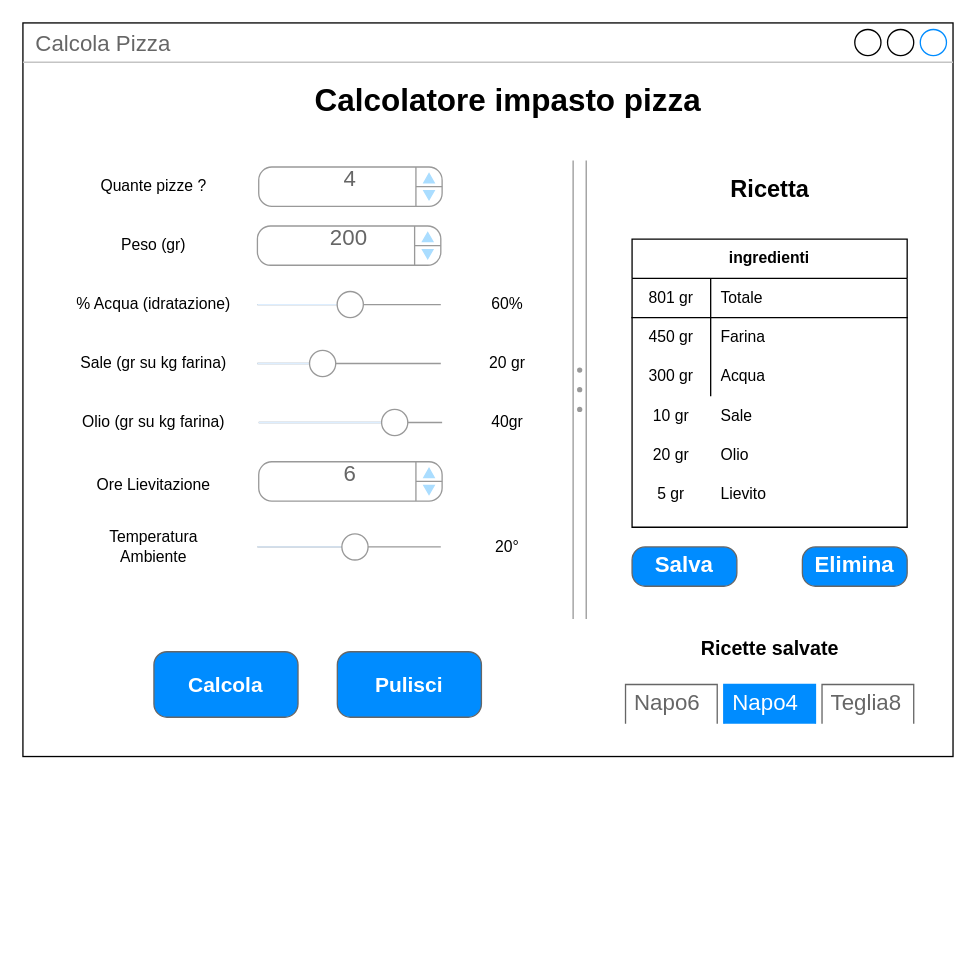
Earlier version of the draw.io diagram page "Page-1" (1 of 2) of mockup.drawio (micki10/CalcolaPizza). Source tidied: cells renumbered, new cells numbered last; positions are measured from the earlier drawing's top-left corner, leaving out a move shared by most shapes. Both pictures are drawn from the tidied source at 131%, with x=0, y=0 at pixel (22, 22).
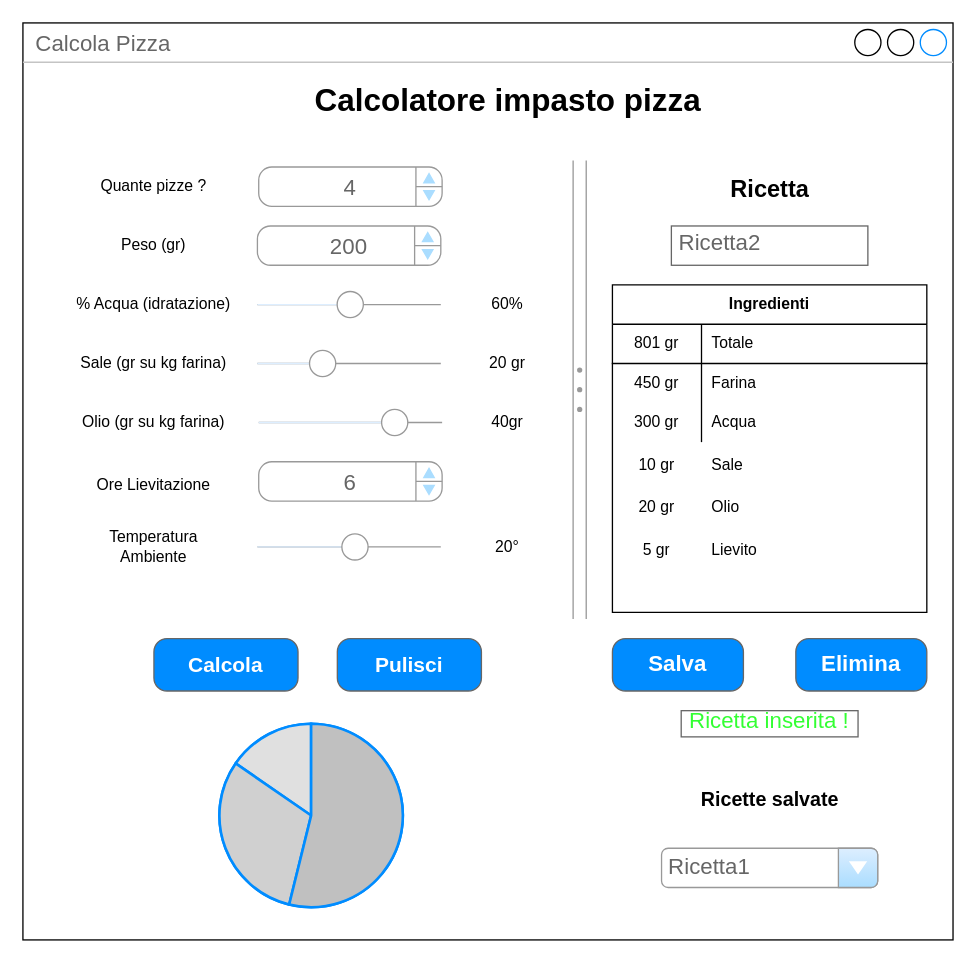
Above is the later version.

The edit, as a diff of the source:
```diff
@@
     <mxCell id="2" value="Calcola Pizza" style="strokeWidth=1;shadow=0;dashed=0;align=center;html=1;shape=mxgraph.mockup.containers.window;align=left;verticalAlign=top;spacingLeft=8;strokeColor2=#008cff;strokeColor3=#c4c4c4;fontColor=#666666;mainText=;fontSize=17;labelBackgroundColor=none;" parent="1" vertex="1">
-      <mxGeometry width="710" height="560" as="geometry" />
+      <mxGeometry width="710" height="700" as="geometry" />
     </mxCell>
@@
-    <mxCell id="4" value="4" style="strokeWidth=1;shadow=0;dashed=0;align=center;html=1;shape=mxgraph.mockup.forms.spinner;strokeColor=#999999;spinLayout=right;spinStyle=normal;adjStyle=triangle;fillColor=#aaddff;fontSize=17;fontColor=#666666;mainText=;html=1;overflow=fill;" parent="1" vertex="1">
+    <mxCell id="4" value="&lt;p style=&quot;line-height: 0%&quot;&gt;4&lt;/p&gt;" style="strokeWidth=1;shadow=0;dashed=0;align=center;html=1;shape=mxgraph.mockup.forms.spinner;strokeColor=#999999;spinLayout=right;spinStyle=normal;adjStyle=triangle;fillColor=#aaddff;fontSize=17;fontColor=#666666;mainText=;html=1;overflow=fill;" parent="1" vertex="1">
       <mxGeometry x="180" y="110" width="140" height="30" as="geometry" />
     </mxCell>
@@
-    <mxCell id="8" value="200" style="strokeWidth=1;shadow=0;dashed=0;align=center;html=1;shape=mxgraph.mockup.forms.spinner;strokeColor=#999999;spinLayout=right;spinStyle=normal;adjStyle=triangle;fillColor=#aaddff;fontSize=17;fontColor=#666666;mainText=;html=1;overflow=fill;" parent="1" vertex="1">
+    <mxCell id="8" value="&lt;p style=&quot;line-height: 0%&quot;&gt;200&lt;/p&gt;" style="strokeWidth=1;shadow=0;dashed=0;align=center;html=1;shape=mxgraph.mockup.forms.spinner;strokeColor=#999999;spinLayout=right;spinStyle=normal;adjStyle=triangle;fillColor=#aaddff;fontSize=17;fontColor=#666666;mainText=;html=1;overflow=fill;" parent="1" vertex="1">
       <mxGeometry x="179" y="155" width="140" height="30" as="geometry" />
     </mxCell>
@@
-    <mxCell id="18" value="6" style="strokeWidth=1;shadow=0;dashed=0;align=center;html=1;shape=mxgraph.mockup.forms.spinner;strokeColor=#999999;spinLayout=right;spinStyle=normal;adjStyle=triangle;fillColor=#aaddff;fontSize=17;fontColor=#666666;mainText=;html=1;overflow=fill;" parent="1" vertex="1">
+    <mxCell id="18" value="&lt;p style=&quot;line-height: 0%&quot;&gt;6&lt;/p&gt;" style="strokeWidth=1;shadow=0;dashed=0;align=center;html=1;shape=mxgraph.mockup.forms.spinner;strokeColor=#999999;spinLayout=right;spinStyle=normal;adjStyle=triangle;fillColor=#aaddff;fontSize=17;fontColor=#666666;mainText=;html=1;overflow=fill;" parent="1" vertex="1">
       <mxGeometry x="180" y="335" width="140" height="30" as="geometry" />
     </mxCell>
@@
     <mxCell id="22" style="strokeWidth=1;shadow=0;dashed=0;align=center;html=1;shape=mxgraph.mockup.buttons.multiButton;fillColor=#008cff;strokeColor=#666666;mainText=;subText=;" parent="1" vertex="1">
-      <mxGeometry x="100" y="480" width="110" height="50" as="geometry" />
+      <mxGeometry x="100" y="470" width="110" height="40" as="geometry" />
     </mxCell>
     <mxCell id="23" value="Calcola" style="strokeWidth=1;shadow=0;dashed=0;align=center;html=1;shape=mxgraph.mockup.anchor;fontSize=16;fontColor=#ffffff;fontStyle=1;whiteSpace=wrap;" parent="22" vertex="1">
-      <mxGeometry y="15" width="110" height="20" as="geometry" />
+      <mxGeometry y="12" width="110" height="16" as="geometry" />
     </mxCell>
     <mxCell id="24" style="strokeWidth=1;shadow=0;dashed=0;align=center;html=1;shape=mxgraph.mockup.anchor;fontSize=12;fontColor=#ffffff;fontStyle=1;whiteSpace=wrap;" parent="22" vertex="1">
-      <mxGeometry y="30" width="110" height="10" as="geometry" />
+      <mxGeometry y="24" width="110" height="8" as="geometry" />
     </mxCell>
@@
-    <mxCell id="27" value="ingredienti" style="shape=table;html=1;whiteSpace=wrap;startSize=30;childLayout=tableLayout;rowLines=0;fontStyle=1;align=center;fillColor=#ffffff;" parent="1" vertex="1">
-      <mxGeometry x="465" y="165" width="210" height="220" as="geometry" />
+    <mxCell id="27" value="Ingredienti" style="shape=table;html=1;whiteSpace=wrap;startSize=30;childLayout=tableLayout;rowLines=0;fontStyle=1;align=center;fillColor=#ffffff;" parent="1" vertex="1">
+      <mxGeometry x="450" y="200" width="240" height="250" as="geometry" />
     </mxCell>
     <mxCell id="28" style="shape=partialRectangle;html=1;whiteSpace=wrap;fillColor=none;top=0;left=0;bottom=1;right=0;" parent="27" vertex="1">
-      <mxGeometry y="30" width="210" height="30" as="geometry" />
+      <mxGeometry y="30" width="240" height="30" as="geometry" />
     </mxCell>
     <mxCell id="29" value="801 gr" style="shape=partialRectangle;html=1;whiteSpace=wrap;fillColor=none;top=0;left=0;bottom=0;right=0;overflow=hidden;" parent="28" vertex="1">
-      <mxGeometry width="60" height="30" as="geometry" />
+      <mxGeometry width="68" height="30" as="geometry" />
     </mxCell>
     <mxCell id="30" value="Totale" style="shape=partialRectangle;html=1;whiteSpace=wrap;fillColor=none;top=0;left=0;bottom=0;right=0;align=left;spacingLeft=6;overflow=hidden;" parent="28" vertex="1">
-      <mxGeometry x="60" width="150" height="30" as="geometry" />
+      <mxGeometry x="68" width="172" height="30" as="geometry" />
     </mxCell>
     <mxCell id="31" style="shape=partialRectangle;html=1;whiteSpace=wrap;fillColor=none;top=0;left=0;bottom=0;right=0;" parent="27" vertex="1">
-      <mxGeometry y="60" width="210" height="30" as="geometry" />
+      <mxGeometry y="60" width="240" height="30" as="geometry" />
     </mxCell>
     <mxCell id="32" value="450 gr" style="shape=partialRectangle;html=1;whiteSpace=wrap;fillColor=none;top=0;left=0;bottom=0;right=0;overflow=hidden;" parent="31" vertex="1">
-      <mxGeometry width="60" height="30" as="geometry" />
+      <mxGeometry width="68" height="30" as="geometry" />
     </mxCell>
     <mxCell id="33" value="Farina" style="shape=partialRectangle;html=1;whiteSpace=wrap;fillColor=none;top=0;left=0;bottom=0;right=0;align=left;spacingLeft=6;overflow=hidden;" parent="31" vertex="1">
-      <mxGeometry x="60" width="150" height="30" as="geometry" />
+      <mxGeometry x="68" width="172" height="30" as="geometry" />
     </mxCell>
     <mxCell id="34" style="shape=partialRectangle;html=1;whiteSpace=wrap;fillColor=none;top=0;left=0;bottom=0;right=0;" parent="27" vertex="1">
-      <mxGeometry y="90" width="210" height="30" as="geometry" />
+      <mxGeometry y="90" width="240" height="30" as="geometry" />
     </mxCell>
     <mxCell id="35" value="300 gr" style="shape=partialRectangle;html=1;whiteSpace=wrap;fillColor=none;top=0;left=0;bottom=0;right=0;overflow=hidden;" parent="34" vertex="1">
-      <mxGeometry width="60" height="30" as="geometry" />
+      <mxGeometry width="68" height="30" as="geometry" />
     </mxCell>
     <mxCell id="36" value="Acqua" style="shape=partialRectangle;html=1;whiteSpace=wrap;fillColor=none;top=0;left=0;bottom=0;right=0;align=left;spacingLeft=6;overflow=hidden;" parent="34" vertex="1">
-      <mxGeometry x="60" width="150" height="30" as="geometry" />
+      <mxGeometry x="68" width="172" height="30" as="geometry" />
     </mxCell>
     <mxCell id="37" value="Sale" style="shape=partialRectangle;html=1;whiteSpace=wrap;fillColor=none;top=0;left=0;bottom=0;right=0;align=left;spacingLeft=6;overflow=hidden;" parent="1" vertex="1">
-      <mxGeometry x="525" y="287.5" width="140" height="25" as="geometry" />
+      <mxGeometry x="518" y="322.5" width="172" height="30" as="geometry" />
     </mxCell>
     <mxCell id="38" value="Olio" style="shape=partialRectangle;html=1;whiteSpace=wrap;fillColor=none;top=0;left=0;bottom=0;right=0;align=left;spacingLeft=6;overflow=hidden;" parent="1" vertex="1">
-      <mxGeometry x="525" y="317.5" width="140" height="25" as="geometry" />
+      <mxGeometry x="518" y="357.5" width="172" height="25" as="geometry" />
     </mxCell>
     <mxCell id="39" value="Lievito" style="shape=partialRectangle;html=1;whiteSpace=wrap;fillColor=none;top=0;left=0;bottom=0;right=0;align=left;spacingLeft=6;overflow=hidden;" parent="1" vertex="1">
-      <mxGeometry x="525" y="347.5" width="140" height="25" as="geometry" />
+      <mxGeometry x="518" y="387.5" width="172" height="30" as="geometry" />
     </mxCell>
-    <mxCell id="40" value="Salva" style="strokeWidth=1;shadow=0;dashed=0;align=center;html=1;shape=mxgraph.mockup.buttons.button;strokeColor=#666666;fontColor=#ffffff;mainText=;buttonStyle=round;fontSize=17;fontStyle=1;fillColor=#008cff;whiteSpace=wrap;" parent="1" vertex="1">
-      <mxGeometry x="465" y="400" width="80" height="30" as="geometry" />
-    </mxCell>
     <mxCell id="41" value="Elimina" style="strokeWidth=1;shadow=0;dashed=0;align=center;html=1;shape=mxgraph.mockup.buttons.button;strokeColor=#666666;fontColor=#ffffff;mainText=;buttonStyle=round;fontSize=17;fontStyle=1;fillColor=#008cff;whiteSpace=wrap;" parent="1" vertex="1">
-      <mxGeometry x="595" y="400" width="80" height="30" as="geometry" />
+      <mxGeometry x="590" y="470" width="100" height="40" as="geometry" />
     </mxCell>
     <mxCell id="42" style="strokeWidth=1;shadow=0;dashed=0;align=center;html=1;shape=mxgraph.mockup.buttons.multiButton;fillColor=#008cff;strokeColor=#666666;mainText=;subText=;" parent="1" vertex="1">
-      <mxGeometry x="240" y="480" width="110" height="50" as="geometry" />
+      <mxGeometry x="240" y="470" width="110" height="40" as="geometry" />
     </mxCell>
     <mxCell id="43" value="Pulisci" style="strokeWidth=1;shadow=0;dashed=0;align=center;html=1;shape=mxgraph.mockup.anchor;fontSize=16;fontColor=#ffffff;fontStyle=1;whiteSpace=wrap;" parent="42" vertex="1">
-      <mxGeometry y="15" width="110" height="20" as="geometry" />
+      <mxGeometry y="12" width="110" height="16" as="geometry" />
     </mxCell>
     <mxCell id="44" style="strokeWidth=1;shadow=0;dashed=0;align=center;html=1;shape=mxgraph.mockup.anchor;fontSize=12;fontColor=#ffffff;fontStyle=1;whiteSpace=wrap;" parent="42" vertex="1">
-      <mxGeometry y="30" width="110" height="10" as="geometry" />
+      <mxGeometry y="24" width="110" height="8" as="geometry" />
     </mxCell>
-    <mxCell id="45" value="Napo6" style="strokeWidth=1;shadow=0;dashed=0;align=center;html=1;shape=mxgraph.mockup.forms.uRect;fontSize=17;fontColor=#666666;align=left;spacingLeft=5;strokeColor=#666666;fillColor=#ffffff;" parent="1" vertex="1">
-      <mxGeometry x="460" y="505" width="70" height="30" as="geometry" />
-    </mxCell>
-    <mxCell id="46" value="Napo4" style="strokeWidth=1;shadow=0;dashed=0;align=center;html=1;shape=mxgraph.mockup.forms.uRect;fontSize=17;fontColor=#ffffff;align=left;spacingLeft=5;strokeColor=#008cff;fillColor=#008cff;" parent="1" vertex="1">
-      <mxGeometry x="535" y="505" width="70" height="30" as="geometry" />
-    </mxCell>
-    <mxCell id="47" value="Teglia8" style="strokeWidth=1;shadow=0;dashed=0;align=center;html=1;shape=mxgraph.mockup.forms.uRect;fontSize=17;fontColor=#666666;align=left;spacingLeft=5;strokeColor=#666666;fillColor=#ffffff;" parent="1" vertex="1">
-      <mxGeometry x="610" y="505" width="70" height="30" as="geometry" />
-    </mxCell>
     <mxCell id="48" value="&lt;font style=&quot;font-size: 15px&quot;&gt;Ricette salvate&lt;/font&gt;" style="text;strokeColor=none;fillColor=none;html=1;fontSize=24;fontStyle=1;verticalAlign=middle;align=center;" parent="1" vertex="1">
-      <mxGeometry x="520" y="455" width="100" height="40" as="geometry" />
+      <mxGeometry x="520" y="570" width="100" height="40" as="geometry" />
     </mxCell>
     <mxCell id="49" value="10 gr" style="shape=partialRectangle;html=1;whiteSpace=wrap;fillColor=none;top=0;left=0;bottom=0;right=0;overflow=hidden;" parent="1" vertex="1">
-      <mxGeometry x="465" y="285" width="60" height="30" as="geometry" />
+      <mxGeometry x="450" y="322.5" width="68" height="30" as="geometry" />
     </mxCell>
     <mxCell id="50" value="20 gr" style="shape=partialRectangle;html=1;whiteSpace=wrap;fillColor=none;top=0;left=0;bottom=0;right=0;overflow=hidden;" parent="1" vertex="1">
-      <mxGeometry x="465" y="315" width="60" height="30" as="geometry" />
+      <mxGeometry x="450" y="355" width="68" height="30" as="geometry" />
     </mxCell>
     <mxCell id="51" value="5 gr" style="shape=partialRectangle;html=1;whiteSpace=wrap;fillColor=none;top=0;left=0;bottom=0;right=0;overflow=hidden;" parent="1" vertex="1">
-      <mxGeometry x="465" y="345" width="60" height="30" as="geometry" />
+      <mxGeometry x="450" y="387.5" width="68" height="30" as="geometry" />
     </mxCell>
+    <mxCell id="52" value="Ricetta1" style="strokeWidth=1;shadow=0;dashed=0;align=center;html=1;shape=mxgraph.mockup.forms.comboBox;strokeColor=#999999;fillColor=#ddeeff;align=left;fillColor2=#aaddff;mainText=;fontColor=#666666;fontSize=17;spacingLeft=3;" parent="1" vertex="1">
+      <mxGeometry x="487.5" y="630" width="165" height="30" as="geometry" />
+    </mxCell>
+    <mxCell id="53" value="Ricetta2" style="strokeWidth=1;shadow=0;dashed=0;align=center;html=1;shape=mxgraph.mockup.text.textBox;fontColor=#666666;align=left;fontSize=17;spacingLeft=4;spacingTop=-3;strokeColor=#666666;mainText=;" parent="1" vertex="1">
+      <mxGeometry x="495" y="155" width="150" height="30" as="geometry" />
+    </mxCell>
+    <mxCell id="54" style="verticalLabelPosition=bottom;shadow=0;dashed=0;align=center;html=1;verticalAlign=top;strokeWidth=1;shape=mxgraph.mockup.graphics.pieChart;strokeColor=#008cff;parts=10,20,35;partColors=#e0e0e0,#d0d0d0,#c0c0c0,#b0b0b0,#a0a0a0;strokeWidth=2;" parent="1" vertex="1">
+      <mxGeometry x="150" y="535" width="140" height="140" as="geometry" />
+    </mxCell>
+    <mxCell id="40" value="Salva" style="strokeWidth=1;shadow=0;dashed=0;align=center;html=1;shape=mxgraph.mockup.buttons.button;strokeColor=#666666;fontColor=#ffffff;mainText=;buttonStyle=round;fontSize=17;fontStyle=1;fillColor=#008cff;whiteSpace=wrap;" parent="1" vertex="1">
+      <mxGeometry x="450" y="470" width="100" height="40" as="geometry" />
+    </mxCell>
+    <mxCell id="55" value="&lt;font color=&quot;#33ff33&quot;&gt;Ricetta inserita !&lt;/font&gt;" style="strokeWidth=1;shadow=0;dashed=0;align=center;html=1;shape=mxgraph.mockup.text.textBox;fontColor=#666666;align=left;fontSize=17;spacingLeft=4;spacingTop=-3;strokeColor=#666666;mainText=;" parent="1" vertex="1">
+      <mxGeometry x="502.5" y="525" width="135" height="20" as="geometry" />
+    </mxCell>
```
